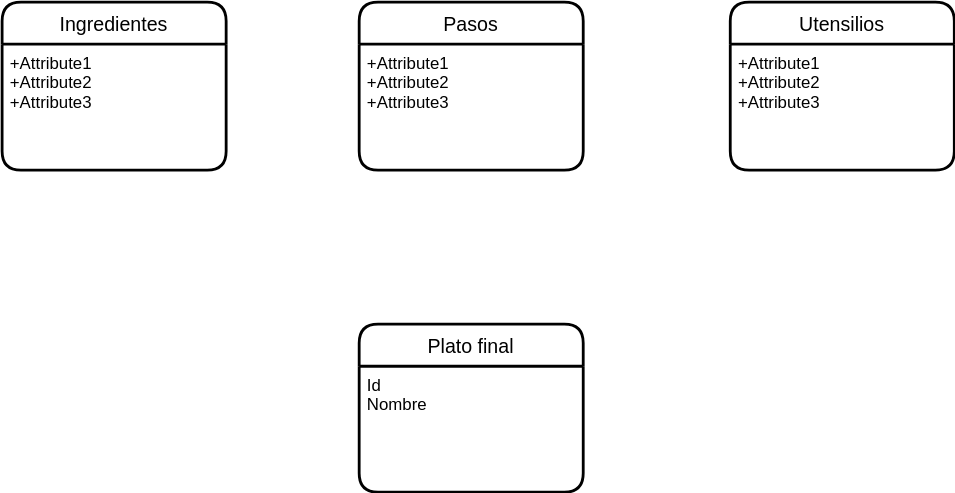
The draw.io diagram UD12-09.svg in Jimxx22/C3-UD11-UML, before a commit. Source tidied: cells renumbered, new cells last; positions are measured from the earlier drawing's top-left corner, leaving out a move shared by most shapes.
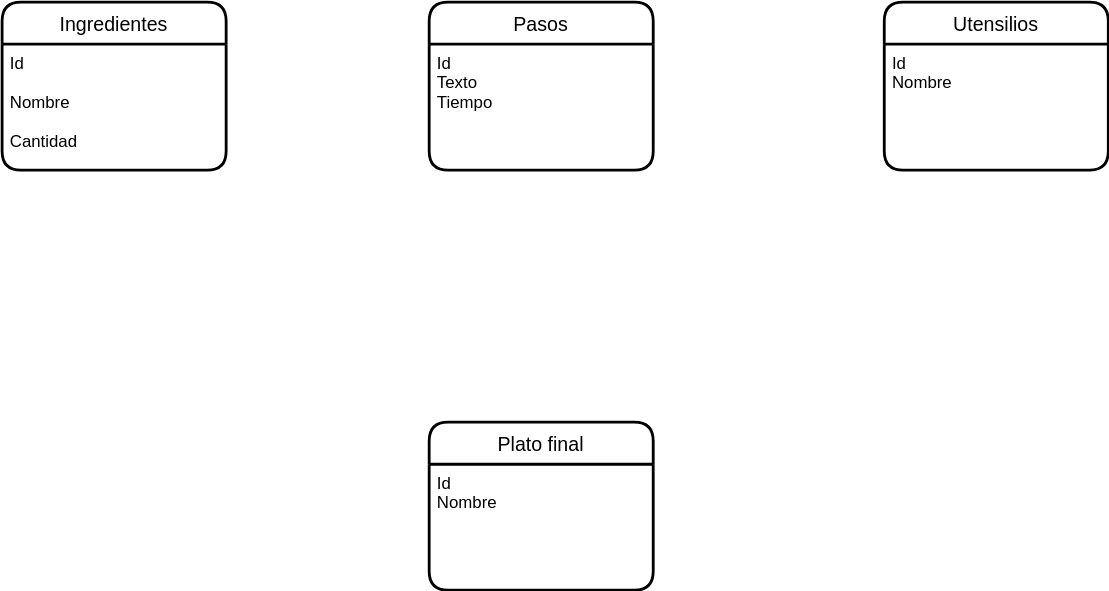
Later version of the same file.

The edit, as a diff of the source:
```diff
@@ -3,25 +3,25 @@
     <mxCell id="0" />
     <mxCell id="1" parent="0" />
     <mxCell id="2" value="Ingredientes" style="swimlane;horizontal=1;startSize=30;rounded=1;fontSize=14;fontStyle=0;strokeWidth=2;shadow=0;dashed=0;align=center;" parent="1" vertex="1">
-      <mxGeometry width="160" height="120" as="geometry" />
+      <mxGeometry x="-50" width="160" height="120" as="geometry" />
     </mxCell>
-    <mxCell id="3" value="+Attribute1&#10;+Attribute2&#10;+Attribute3" style="align=left;strokeColor=none;fillColor=none;spacingLeft=4;fontSize=12;verticalAlign=top;" parent="2" vertex="1">
+    <mxCell id="3" value="Id &#10;&#10;Nombre &#10;&#10;Cantidad &#10;" style="align=left;strokeColor=none;fillColor=none;spacingLeft=4;fontSize=12;verticalAlign=top;" parent="2" vertex="1">
       <mxGeometry y="30" width="160" height="90" as="geometry" />
     </mxCell>
     <mxCell id="4" value="Utensilios" style="swimlane;horizontal=1;startSize=30;rounded=1;fontSize=14;fontStyle=0;strokeWidth=2;shadow=0;dashed=0;align=center;" parent="1" vertex="1">
-      <mxGeometry x="520" width="160" height="120" as="geometry" />
+      <mxGeometry x="580" width="160" height="120" as="geometry" />
     </mxCell>
-    <mxCell id="5" value="+Attribute1&#10;+Attribute2&#10;+Attribute3" style="align=left;strokeColor=none;fillColor=none;spacingLeft=4;fontSize=12;verticalAlign=top;" parent="4" vertex="1">
+    <mxCell id="5" value="Id&#10;Nombre&#10;" style="align=left;strokeColor=none;fillColor=none;spacingLeft=4;fontSize=12;verticalAlign=top;" parent="4" vertex="1">
       <mxGeometry y="30" width="160" height="90" as="geometry" />
     </mxCell>
     <mxCell id="6" value="Pasos" style="swimlane;horizontal=1;startSize=30;rounded=1;fontSize=14;fontStyle=0;strokeWidth=2;shadow=0;dashed=0;align=center;" parent="1" vertex="1">
       <mxGeometry x="255" width="160" height="120" as="geometry" />
     </mxCell>
-    <mxCell id="7" value="+Attribute1&#10;+Attribute2&#10;+Attribute3" style="align=left;strokeColor=none;fillColor=none;spacingLeft=4;fontSize=12;verticalAlign=top;" parent="6" vertex="1">
+    <mxCell id="7" value="Id&#10;Texto&#10;Tiempo&#10;" style="align=left;strokeColor=none;fillColor=none;spacingLeft=4;fontSize=12;verticalAlign=top;" parent="6" vertex="1">
       <mxGeometry y="30" width="160" height="90" as="geometry" />
     </mxCell>
     <mxCell id="8" value="Plato final" style="swimlane;horizontal=1;startSize=30;rounded=1;fontSize=14;fontStyle=0;strokeWidth=2;shadow=0;dashed=0;align=center;" parent="1" vertex="1">
-      <mxGeometry x="255" y="230" width="160" height="120" as="geometry" />
+      <mxGeometry x="255" y="300" width="160" height="120" as="geometry" />
     </mxCell>
     <mxCell id="9" value="Id&#10;Nombre&#10;" style="align=left;strokeColor=none;fillColor=none;spacingLeft=4;fontSize=12;verticalAlign=top;" parent="8" vertex="1">
       <mxGeometry y="30" width="160" height="90" as="geometry" />
```
